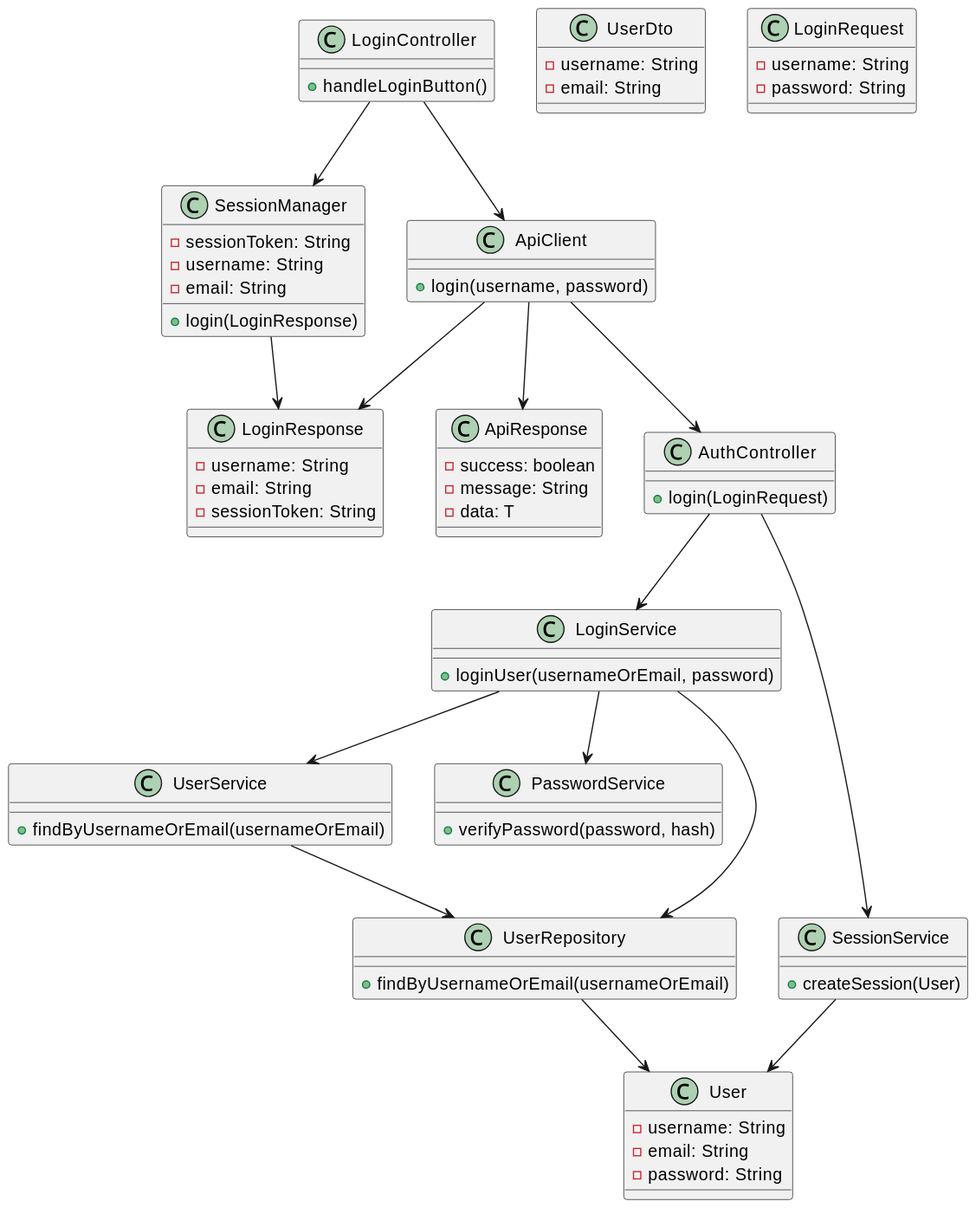
Earlier version of the PlantUML export docs/release3/class-diagram.svg (ErFjeldheim/moosemate). The source it was exported from:
```plantuml
@startuml
class User {
  - username: String
  - email: String
  - password: String
}

class UserDto {
  - username: String
  - email: String
}

class LoginRequest {
  - username: String
  - password: String
}

class LoginResponse {
  - username: String
  - email: String
  - sessionToken: String
}

class ApiResponse {
  - success: boolean
  - message: String
  - data: T
}

class LoginController {
  + handleLoginButton()
}
class SessionManager {
  - sessionToken: String
  - username: String
  - email: String
  + login(LoginResponse)
}
class ApiClient {
  + login(username, password)
}

class AuthController {
  + login(LoginRequest)
}
class LoginService {
  + loginUser(usernameOrEmail, password)
}
class UserService {
  + findByUsernameOrEmail(usernameOrEmail)
}
class PasswordService {
  + verifyPassword(password, hash)
}
class SessionService {
  + createSession(User)
}

class UserRepository {
  + findByUsernameOrEmail(usernameOrEmail)
}

LoginController --> ApiClient
LoginController --> SessionManager
ApiClient --> AuthController
AuthController --> LoginService
LoginService --> UserService
LoginService --> PasswordService
LoginService --> UserRepository
AuthController --> SessionService
SessionService --> User
UserService --> UserRepository
UserRepository --> User
SessionManager --> LoginResponse
ApiClient --> LoginResponse
ApiClient --> ApiResponse
@enduml
```
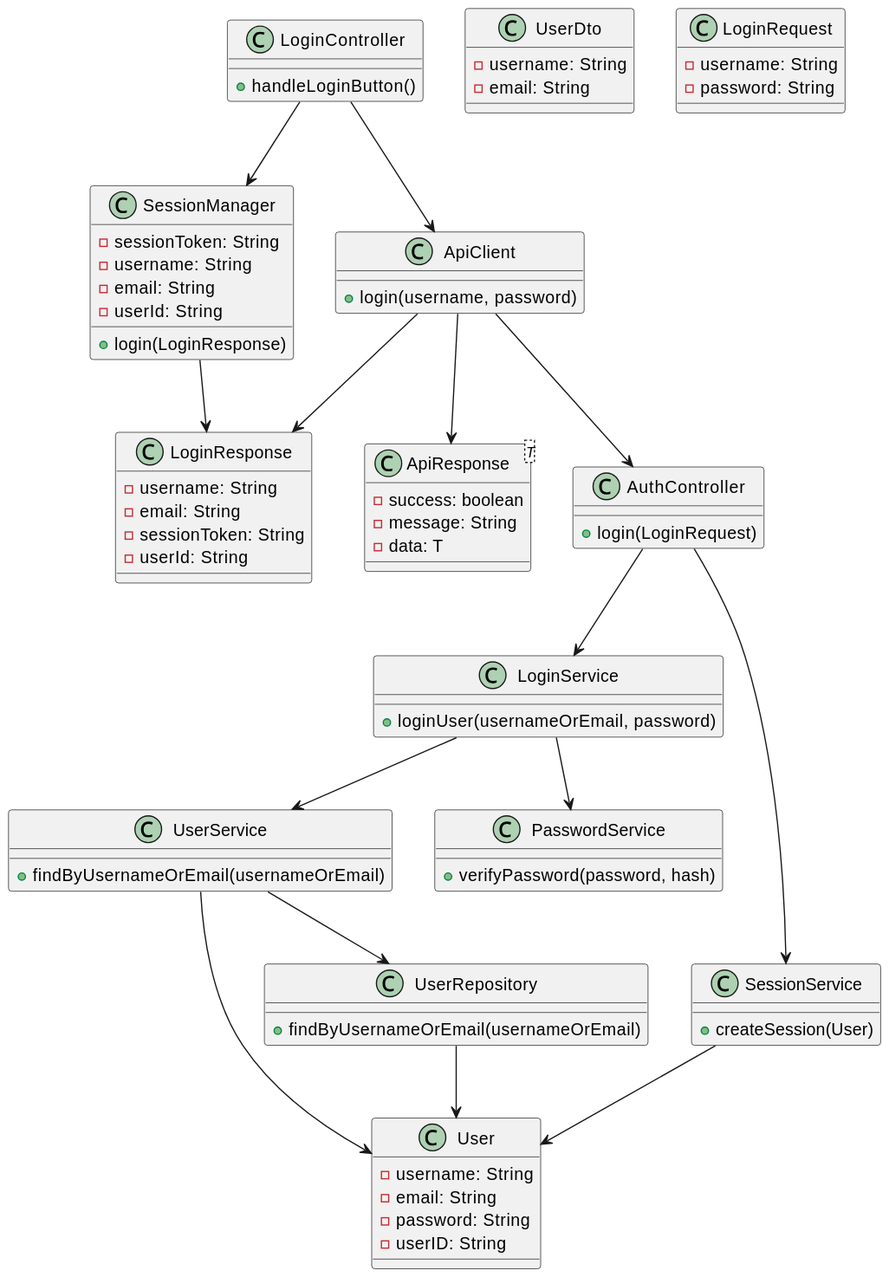
Above is the later version.

Commit message:
docs: fix class diagram to match codebase

Correct class diagram to accurately reflect actual implementation:
- Add missing userID field to User, LoginResponse, and SessionManager
- Update ApiResponse to show generic type parameter <T>
- Fix relationship arrows: remove incorrect LoginService->UserRepository
- Add missing UserService->User relationship
- Regenerate SVG diagram with corrections

The edit, as a diff of the source:
```diff
@@ -3,6 +3,7 @@
   - username: String
   - email: String
   - password: String
+  - userID: String
 }
 
 class UserDto {
@@ -19,9 +20,10 @@
   - username: String
   - email: String
   - sessionToken: String
+  - userId: String
 }
 
-class ApiResponse {
+class ApiResponse<T> {
   - success: boolean
   - message: String
   - data: T
@@ -34,6 +36,7 @@
   - sessionToken: String
   - username: String
   - email: String
+  - userId: String
   + login(LoginResponse)
 }
 class ApiClient {
@@ -66,10 +69,10 @@
 AuthController --> LoginService
 LoginService --> UserService
 LoginService --> PasswordService
-LoginService --> UserRepository
 AuthController --> SessionService
 SessionService --> User
 UserService --> UserRepository
+UserService --> User
 UserRepository --> User
 SessionManager --> LoginResponse
 ApiClient --> LoginResponse
```
